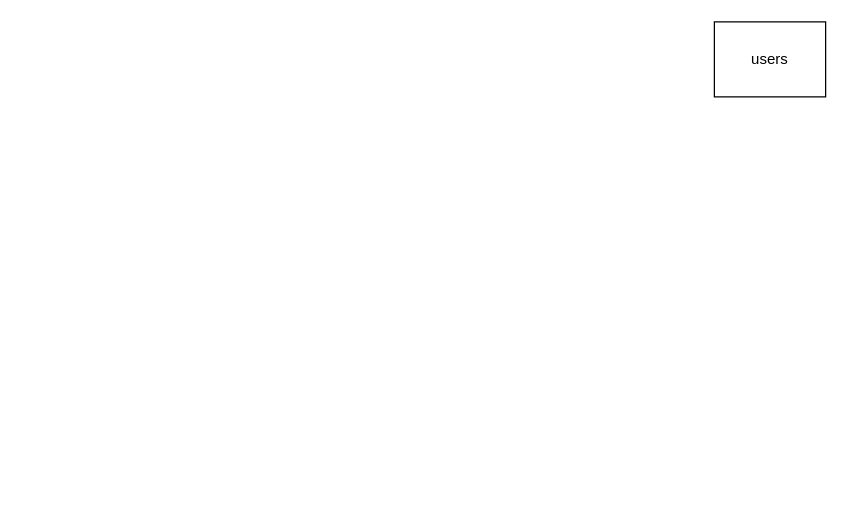
Before: page "collections" (1 of 4) of docs/Diagram.drawio in geeklogbook/mutiny-cart, a draw.io diagram. Source tidied: cells renumbered, new cells numbered last; positions are measured from the earlier drawing's top-left corner, leaving out a move shared by most shapes. Both pictures are drawn from the tidied source at 125%, with x=0, y=0 at pixel (714, 21).
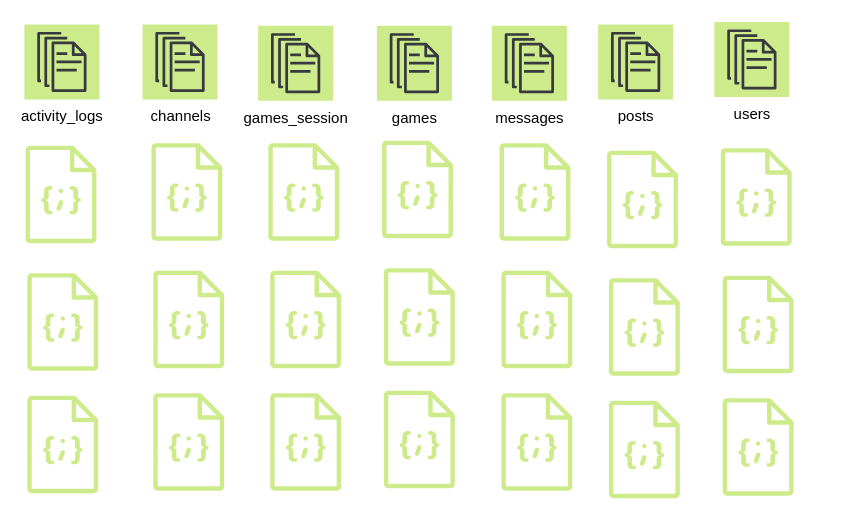
The same page after the edit.

Change to the diagram source:
```diff
@@
-    <mxCell id="2" value="users" style="rounded=0;whiteSpace=wrap;html=1;" parent="1" vertex="1">
-      <mxGeometry width="89" height="60" as="geometry" />
+    <mxCell id="2" value="users" style="sketch=0;strokeColor=#36393d;fillColor=#cdeb8b;dashed=0;verticalLabelPosition=bottom;verticalAlign=top;align=center;html=1;fontSize=12;fontStyle=0;shape=mxgraph.aws4.resourceIcon;resIcon=mxgraph.aws4.documents;" parent="1" vertex="1">
+      <mxGeometry width="60" height="60" as="geometry" />
     </mxCell>
+    <mxCell id="3" value="activity_logs" style="sketch=0;strokeColor=#36393d;fillColor=#cdeb8b;dashed=0;verticalLabelPosition=bottom;verticalAlign=top;align=center;html=1;fontSize=12;fontStyle=0;shape=mxgraph.aws4.resourceIcon;resIcon=mxgraph.aws4.documents;" parent="1" vertex="1">
+      <mxGeometry x="-552" y="2" width="60" height="60" as="geometry" />
+    </mxCell>
+    <mxCell id="4" value="channels" style="sketch=0;strokeColor=#36393d;fillColor=#cdeb8b;dashed=0;verticalLabelPosition=bottom;verticalAlign=top;align=center;html=1;fontSize=12;fontStyle=0;shape=mxgraph.aws4.resourceIcon;resIcon=mxgraph.aws4.documents;" parent="1" vertex="1">
+      <mxGeometry x="-457.5" y="2" width="60" height="60" as="geometry" />
+    </mxCell>
+    <mxCell id="5" value="games_session" style="sketch=0;strokeColor=#36393d;fillColor=#cdeb8b;dashed=0;verticalLabelPosition=bottom;verticalAlign=top;align=center;html=1;fontSize=12;fontStyle=0;shape=mxgraph.aws4.resourceIcon;resIcon=mxgraph.aws4.documents;" parent="1" vertex="1">
+      <mxGeometry x="-365" y="3" width="60" height="60" as="geometry" />
+    </mxCell>
+    <mxCell id="6" value="games" style="sketch=0;strokeColor=#36393d;fillColor=#cdeb8b;dashed=0;verticalLabelPosition=bottom;verticalAlign=top;align=center;html=1;fontSize=12;fontStyle=0;shape=mxgraph.aws4.resourceIcon;resIcon=mxgraph.aws4.documents;" parent="1" vertex="1">
+      <mxGeometry x="-270" y="3" width="60" height="60" as="geometry" />
+    </mxCell>
+    <mxCell id="7" value="messages" style="sketch=0;strokeColor=#36393d;fillColor=#cdeb8b;dashed=0;verticalLabelPosition=bottom;verticalAlign=top;align=center;html=1;fontSize=12;fontStyle=0;shape=mxgraph.aws4.resourceIcon;resIcon=mxgraph.aws4.documents;" parent="1" vertex="1">
+      <mxGeometry x="-178" y="3" width="60" height="60" as="geometry" />
+    </mxCell>
+    <mxCell id="8" value="posts" style="sketch=0;strokeColor=#36393d;fillColor=#cdeb8b;dashed=0;verticalLabelPosition=bottom;verticalAlign=top;align=center;html=1;fontSize=12;fontStyle=0;shape=mxgraph.aws4.resourceIcon;resIcon=mxgraph.aws4.documents;" parent="1" vertex="1">
+      <mxGeometry x="-93" y="2" width="60" height="60" as="geometry" />
+    </mxCell>
+    <mxCell id="9" style="sketch=0;fillColor=#cdeb8b;strokeColor=#36393d;dashed=0;verticalLabelPosition=bottom;verticalAlign=top;align=center;html=1;fontSize=12;fontStyle=0;shape=mxgraph.aws4.json_script;" parent="1" vertex="1">
+      <mxGeometry x="-551.2" y="99" width="57" height="78" as="geometry" />
+    </mxCell>
+    <mxCell id="10" style="sketch=0;fillColor=#cdeb8b;strokeColor=#36393d;dashed=0;verticalLabelPosition=bottom;verticalAlign=top;align=center;html=1;fontSize=12;fontStyle=0;shape=mxgraph.aws4.json_script;" parent="1" vertex="1">
+      <mxGeometry x="-549.8" y="201" width="57" height="78" as="geometry" />
+    </mxCell>
+    <mxCell id="11" style="sketch=0;fillColor=#cdeb8b;strokeColor=#36393d;dashed=0;verticalLabelPosition=bottom;verticalAlign=top;align=center;html=1;fontSize=12;fontStyle=0;shape=mxgraph.aws4.json_script;" parent="1" vertex="1">
+      <mxGeometry x="-549.8" y="299" width="57" height="78" as="geometry" />
+    </mxCell>
+    <mxCell id="12" style="sketch=0;fillColor=#cdeb8b;strokeColor=#36393d;dashed=0;verticalLabelPosition=bottom;verticalAlign=top;align=center;html=1;fontSize=12;fontStyle=0;shape=mxgraph.aws4.json_script;" parent="1" vertex="1">
+      <mxGeometry x="-450.5" y="97" width="57" height="78" as="geometry" />
+    </mxCell>
+    <mxCell id="13" style="sketch=0;fillColor=#cdeb8b;strokeColor=#36393d;dashed=0;verticalLabelPosition=bottom;verticalAlign=top;align=center;html=1;fontSize=12;fontStyle=0;shape=mxgraph.aws4.json_script;" parent="1" vertex="1">
+      <mxGeometry x="-449" y="199" width="57" height="78" as="geometry" />
+    </mxCell>
+    <mxCell id="14" style="sketch=0;fillColor=#cdeb8b;strokeColor=#36393d;dashed=0;verticalLabelPosition=bottom;verticalAlign=top;align=center;html=1;fontSize=12;fontStyle=0;shape=mxgraph.aws4.json_script;" parent="1" vertex="1">
+      <mxGeometry x="-449" y="297" width="57" height="78" as="geometry" />
+    </mxCell>
+    <mxCell id="15" style="sketch=0;fillColor=#cdeb8b;strokeColor=#36393d;dashed=0;verticalLabelPosition=bottom;verticalAlign=top;align=center;html=1;fontSize=12;fontStyle=0;shape=mxgraph.aws4.json_script;" parent="1" vertex="1">
+      <mxGeometry x="5" y="101" width="57" height="78" as="geometry" />
+    </mxCell>
+    <mxCell id="16" style="sketch=0;fillColor=#cdeb8b;strokeColor=#36393d;dashed=0;verticalLabelPosition=bottom;verticalAlign=top;align=center;html=1;fontSize=12;fontStyle=0;shape=mxgraph.aws4.json_script;" parent="1" vertex="1">
+      <mxGeometry x="6.5" y="203" width="57" height="78" as="geometry" />
+    </mxCell>
+    <mxCell id="17" style="sketch=0;fillColor=#cdeb8b;strokeColor=#36393d;dashed=0;verticalLabelPosition=bottom;verticalAlign=top;align=center;html=1;fontSize=12;fontStyle=0;shape=mxgraph.aws4.json_script;" parent="1" vertex="1">
+      <mxGeometry x="6.5" y="301" width="57" height="78" as="geometry" />
+    </mxCell>
+    <mxCell id="18" style="sketch=0;fillColor=#cdeb8b;strokeColor=#36393d;dashed=0;verticalLabelPosition=bottom;verticalAlign=top;align=center;html=1;fontSize=12;fontStyle=0;shape=mxgraph.aws4.json_script;" parent="1" vertex="1">
+      <mxGeometry x="-357" y="97" width="57" height="78" as="geometry" />
+    </mxCell>
+    <mxCell id="19" style="sketch=0;fillColor=#cdeb8b;strokeColor=#36393d;dashed=0;verticalLabelPosition=bottom;verticalAlign=top;align=center;html=1;fontSize=12;fontStyle=0;shape=mxgraph.aws4.json_script;" parent="1" vertex="1">
+      <mxGeometry x="-355.5" y="199" width="57" height="78" as="geometry" />
+    </mxCell>
+    <mxCell id="20" style="sketch=0;fillColor=#cdeb8b;strokeColor=#36393d;dashed=0;verticalLabelPosition=bottom;verticalAlign=top;align=center;html=1;fontSize=12;fontStyle=0;shape=mxgraph.aws4.json_script;" parent="1" vertex="1">
+      <mxGeometry x="-355.5" y="297" width="57" height="78" as="geometry" />
+    </mxCell>
+    <mxCell id="21" style="sketch=0;fillColor=#cdeb8b;strokeColor=#36393d;dashed=0;verticalLabelPosition=bottom;verticalAlign=top;align=center;html=1;fontSize=12;fontStyle=0;shape=mxgraph.aws4.json_script;" parent="1" vertex="1">
+      <mxGeometry x="-266" y="95" width="57" height="78" as="geometry" />
+    </mxCell>
+    <mxCell id="22" style="sketch=0;fillColor=#cdeb8b;strokeColor=#36393d;dashed=0;verticalLabelPosition=bottom;verticalAlign=top;align=center;html=1;fontSize=12;fontStyle=0;shape=mxgraph.aws4.json_script;" parent="1" vertex="1">
+      <mxGeometry x="-264.5" y="197" width="57" height="78" as="geometry" />
+    </mxCell>
+    <mxCell id="23" style="sketch=0;fillColor=#cdeb8b;strokeColor=#36393d;dashed=0;verticalLabelPosition=bottom;verticalAlign=top;align=center;html=1;fontSize=12;fontStyle=0;shape=mxgraph.aws4.json_script;" parent="1" vertex="1">
+      <mxGeometry x="-264.5" y="295" width="57" height="78" as="geometry" />
+    </mxCell>
+    <mxCell id="24" style="sketch=0;fillColor=#cdeb8b;strokeColor=#36393d;dashed=0;verticalLabelPosition=bottom;verticalAlign=top;align=center;html=1;fontSize=12;fontStyle=0;shape=mxgraph.aws4.json_script;" parent="1" vertex="1">
+      <mxGeometry x="-172" y="97" width="57" height="78" as="geometry" />
+    </mxCell>
+    <mxCell id="25" style="sketch=0;fillColor=#cdeb8b;strokeColor=#36393d;dashed=0;verticalLabelPosition=bottom;verticalAlign=top;align=center;html=1;fontSize=12;fontStyle=0;shape=mxgraph.aws4.json_script;" parent="1" vertex="1">
+      <mxGeometry x="-170.5" y="199" width="57" height="78" as="geometry" />
+    </mxCell>
+    <mxCell id="26" style="sketch=0;fillColor=#cdeb8b;strokeColor=#36393d;dashed=0;verticalLabelPosition=bottom;verticalAlign=top;align=center;html=1;fontSize=12;fontStyle=0;shape=mxgraph.aws4.json_script;" parent="1" vertex="1">
+      <mxGeometry x="-170.5" y="297" width="57" height="78" as="geometry" />
+    </mxCell>
+    <mxCell id="27" style="sketch=0;fillColor=#cdeb8b;strokeColor=#36393d;dashed=0;verticalLabelPosition=bottom;verticalAlign=top;align=center;html=1;fontSize=12;fontStyle=0;shape=mxgraph.aws4.json_script;" parent="1" vertex="1">
+      <mxGeometry x="-86" y="103" width="57" height="78" as="geometry" />
+    </mxCell>
+    <mxCell id="28" style="sketch=0;fillColor=#cdeb8b;strokeColor=#36393d;dashed=0;verticalLabelPosition=bottom;verticalAlign=top;align=center;html=1;fontSize=12;fontStyle=0;shape=mxgraph.aws4.json_script;" parent="1" vertex="1">
+      <mxGeometry x="-84.5" y="205" width="57" height="78" as="geometry" />
+    </mxCell>
+    <mxCell id="29" style="sketch=0;fillColor=#cdeb8b;strokeColor=#36393d;dashed=0;verticalLabelPosition=bottom;verticalAlign=top;align=center;html=1;fontSize=12;fontStyle=0;shape=mxgraph.aws4.json_script;" parent="1" vertex="1">
+      <mxGeometry x="-84.5" y="303" width="57" height="78" as="geometry" />
+    </mxCell>
```
